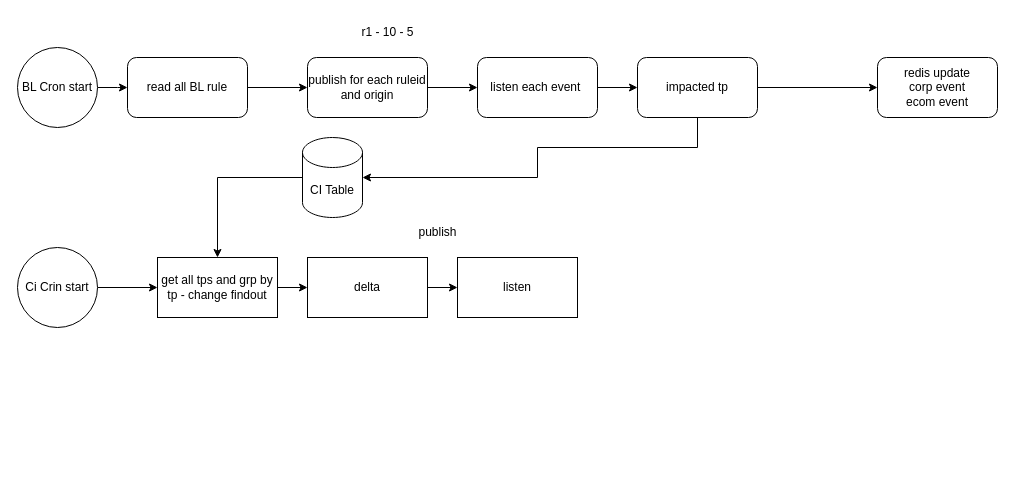
This is Untitled Diagram.drawio from bipin-yadav/draw.io, a draw.io file, before an edit. Source tidied: cells renumbered, new cells numbered last; positions are measured from the earlier drawing's top-left corner, leaving out a move shared by most shapes. Both pictures are drawn from the tidied source at 100%, with x=0, y=0 at pixel (17, 17).
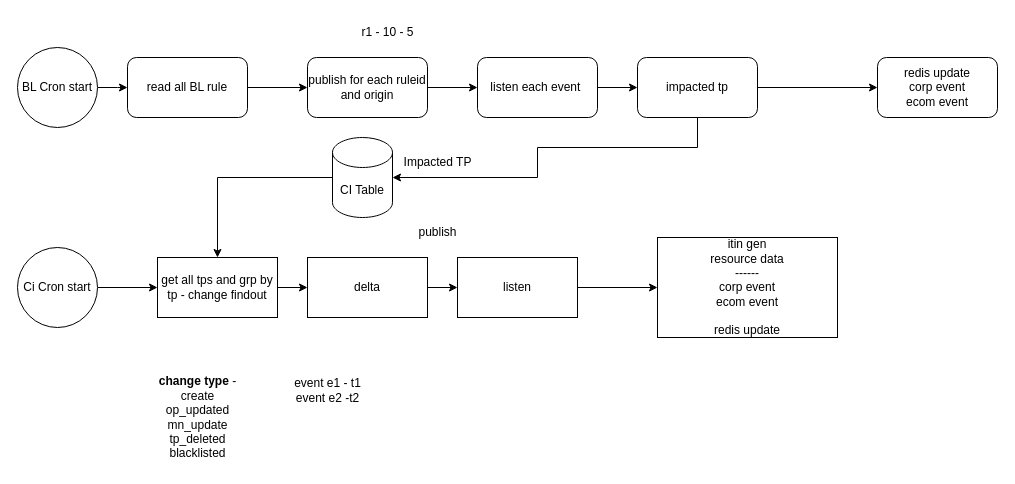
The same diagram, later.

The change refers to these unchanged cells:
```xml
<mxCell id="21" value="listen" style="whiteSpace=wrap;html=1;" parent="1" vertex="1">
  <mxGeometry x="440" y="240" width="120" height="60" as="geometry" />
</mxCell>
```

Change to the diagram source:
```diff
@@
-    <mxCell id="16" value="Ci Crin start" style="ellipse;whiteSpace=wrap;html=1;" parent="1" vertex="1">
+    <mxCell id="16" value="Ci Cron start" style="ellipse;whiteSpace=wrap;html=1;" parent="1" vertex="1">
       <mxGeometry y="230" width="80" height="80" as="geometry" />
     </mxCell>
@@
+    <mxCell id="25" style="edgeStyle=orthogonalEdgeStyle;rounded=0;jettySize=auto;html=1;" parent="1" edge="1" source="21" target="28">
+      <mxGeometry relative="1" as="geometry" />
+    </mxCell>
@@
     <mxCell id="24" value="CI Table" style="shape=cylinder3;whiteSpace=wrap;html=1;boundedLbl=1;backgroundOutline=1;size=15;" parent="1" vertex="1">
-      <mxGeometry x="285" y="120" width="60" height="80" as="geometry" />
+      <mxGeometry x="315" y="120" width="60" height="80" as="geometry" />
     </mxCell>
+    <mxCell id="26" value="&lt;b&gt;change type &lt;/b&gt;- &lt;br&gt;create&lt;br&gt;op_updated&lt;br&gt;mn_update&lt;br&gt;tp_deleted&lt;br&gt;blacklisted" style="text;html=1;align=center;verticalAlign=middle;strokeColor=none;fillColor=none;" parent="1" vertex="1">
+      <mxGeometry x="130" y="350" width="100" height="100" as="geometry" />
+    </mxCell>
+    <mxCell id="27" value="event e1 - t1&lt;br&gt;event e2 -t2" style="text;html=1;align=center;verticalAlign=middle;strokeColor=none;fillColor=none;" parent="1" vertex="1">
+      <mxGeometry x="265" y="353" width="90" height="40" as="geometry" />
+    </mxCell>
+    <mxCell id="28" value="itin gen&lt;br&gt;resource data&lt;br&gt;------&lt;br&gt;corp event&lt;br&gt;ecom event&lt;br&gt;&lt;br&gt;redis update" style="whiteSpace=wrap;html=1;" parent="1" vertex="1">
+      <mxGeometry x="640" y="220" width="180" height="100" as="geometry" />
+    </mxCell>
+    <mxCell id="29" value="Impacted TP" style="text;html=1;align=center;verticalAlign=middle;strokeColor=none;fillColor=none;" parent="1" vertex="1">
+      <mxGeometry x="375" y="130" width="90" height="30" as="geometry" />
+    </mxCell>
```
